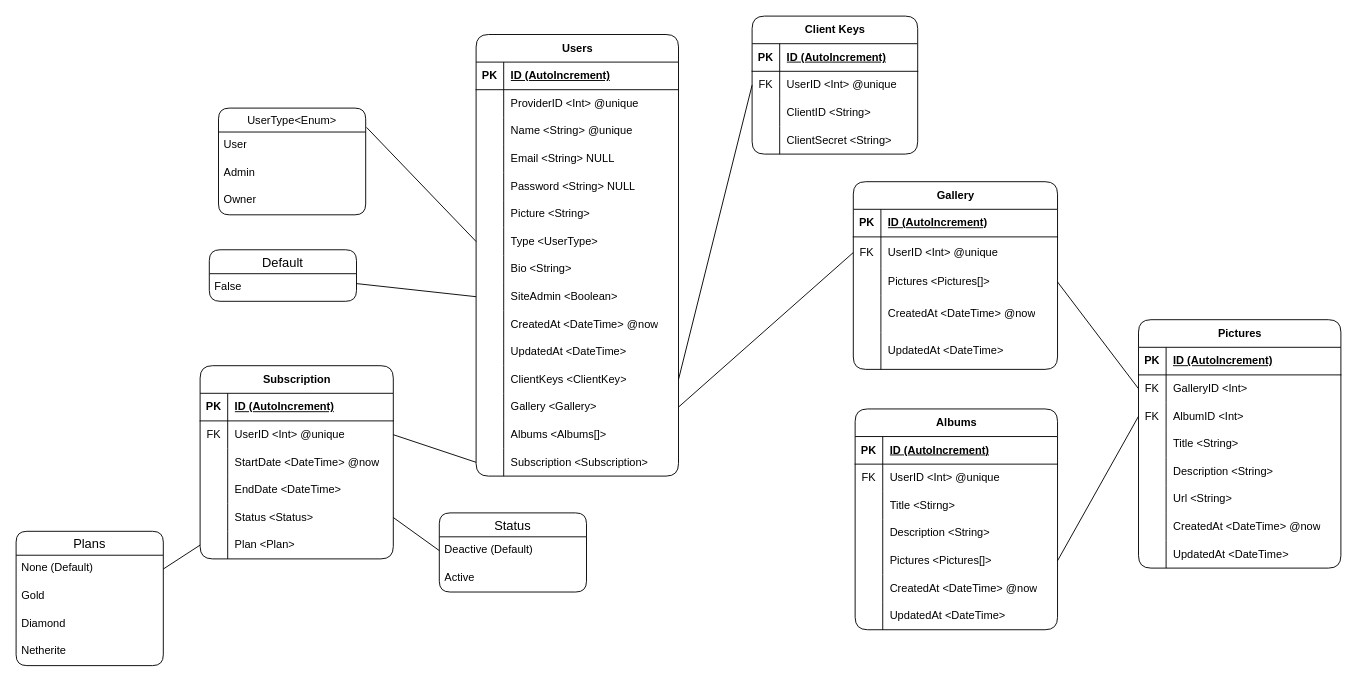
Novanaa/Pixelarium keeps this draw.io diagram as project/models/Pixelarium.drawio. Above is the earlier version. Source tidied: cells renumbered, new cells numbered last; positions are measured from the earlier drawing's top-left corner, leaving out a move shared by most shapes. Both pictures are drawn from the tidied source at 92%, with x=0, y=0 at pixel (16, 16).
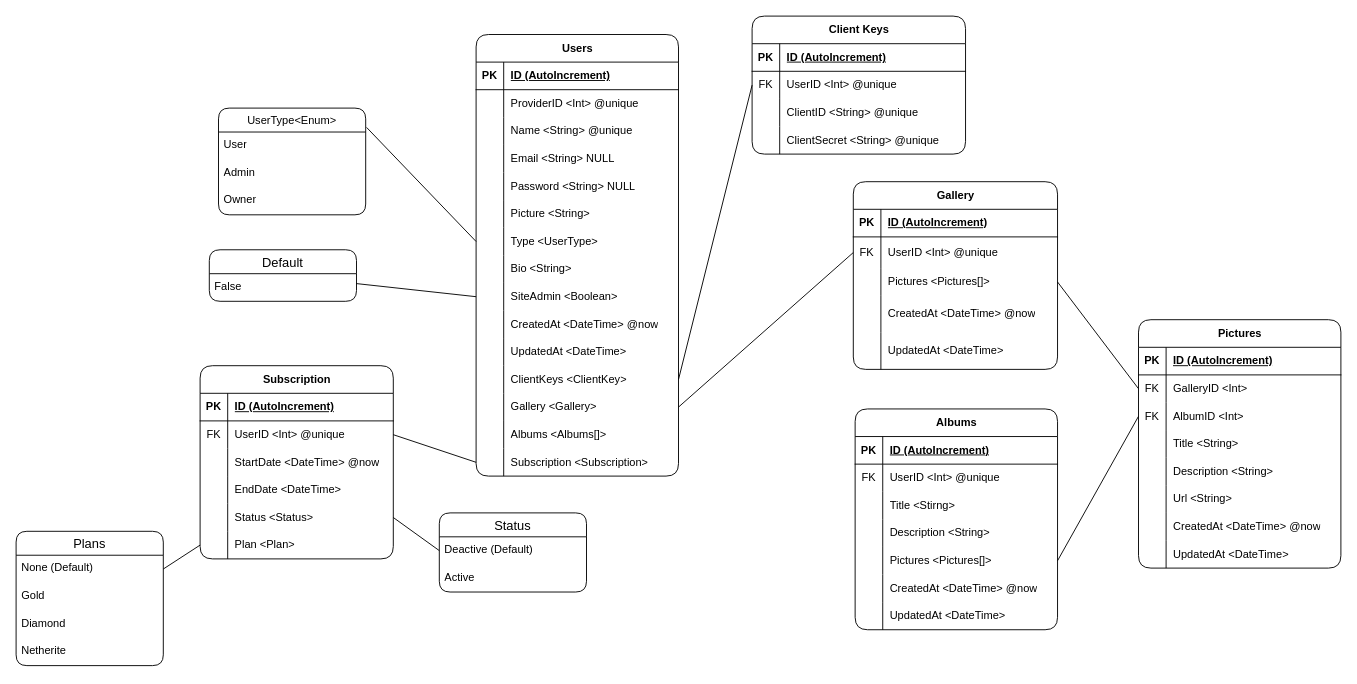
Above is the later version.

Commit message:
Added @unique Attribute to client_id and client_secret field

What changed in the source:
```diff
@@
     <mxCell id="56" value="Client Keys" style="shape=table;startSize=30;childLayout=tableLayout;rowLines=0;fontStyle=1;align=center;html=1;rounded=1;" parent="1" vertex="1">
-      <mxGeometry x="800" width="180" height="150" as="geometry" />
+      <mxGeometry x="800" width="232" height="150" as="geometry" />
     </mxCell>
     <mxCell id="57" style="shape=tableRow;horizontal=0;startSize=0;swimlaneHead=0;swimlaneBody=0;fillColor=none;top=0;left=0;right=0;bottom=1;" parent="56" vertex="1">
-      <mxGeometry y="30" width="180" height="30" as="geometry" />
+      <mxGeometry y="30" width="232" height="30" as="geometry" />
     </mxCell>
@@
     <mxCell id="59" value="ID (AutoIncrement)" style="shape=partialRectangle;fillColor=none;top=0;left=0;bottom=0;right=0;align=left;spacingLeft=6;fontStyle=5;overflow=hidden;whiteSpace=wrap;html=1;" parent="57" vertex="1">
-      <mxGeometry x="30" width="150" height="30" as="geometry" />
+      <mxGeometry x="30" width="202" height="30" as="geometry" />
     </mxCell>
     <mxCell id="60" style="shape=tableRow;horizontal=0;startSize=0;swimlaneHead=0;swimlaneBody=0;fillColor=none;points=[[0,0.5],[1,0.5]];portConstraint=eastwest;top=0;left=0;right=0;bottom=0;" parent="56" vertex="1">
-      <mxGeometry y="60" width="180" height="30" as="geometry" />
+      <mxGeometry y="60" width="232" height="30" as="geometry" />
     </mxCell>
@@
     <mxCell id="62" value="UserID &amp;lt;Int&amp;gt; @unique" style="shape=partialRectangle;fillColor=none;top=0;left=0;bottom=0;right=0;align=left;spacingLeft=6;overflow=hidden;whiteSpace=wrap;html=1;" parent="60" vertex="1">
-      <mxGeometry x="30" width="150" height="30" as="geometry" />
+      <mxGeometry x="30" width="202" height="30" as="geometry" />
     </mxCell>
     <mxCell id="63" style="shape=tableRow;horizontal=0;startSize=0;swimlaneHead=0;swimlaneBody=0;fillColor=none;top=0;left=0;right=0;bottom=0;" parent="56" vertex="1">
-      <mxGeometry y="90" width="180" height="30" as="geometry" />
+      <mxGeometry y="90" width="232" height="30" as="geometry" />
     </mxCell>
@@
-    <mxCell id="65" value="ClientID &amp;lt;String&amp;gt;&lt;span style=&quot;white-space: pre;&quot;&gt;&#9;&lt;/span&gt;" style="shape=partialRectangle;fillColor=none;top=0;left=0;bottom=0;right=0;align=left;spacingLeft=6;overflow=hidden;whiteSpace=wrap;html=1;" parent="63" vertex="1">
-      <mxGeometry x="30" width="150" height="30" as="geometry" />
+    <mxCell id="65" value="ClientID &amp;lt;String&amp;gt; @unique" style="shape=partialRectangle;fillColor=none;top=0;left=0;bottom=0;right=0;align=left;spacingLeft=6;overflow=hidden;whiteSpace=wrap;html=1;" parent="63" vertex="1">
+      <mxGeometry x="30" width="202" height="30" as="geometry" />
     </mxCell>
     <mxCell id="66" style="shape=tableRow;horizontal=0;startSize=0;swimlaneHead=0;swimlaneBody=0;fillColor=none;top=0;left=0;right=0;bottom=0;" parent="56" vertex="1">
-      <mxGeometry y="120" width="180" height="30" as="geometry" />
+      <mxGeometry y="120" width="232" height="30" as="geometry" />
     </mxCell>
@@
-    <mxCell id="68" value="ClientSecret &amp;lt;String&amp;gt;" style="shape=partialRectangle;fillColor=none;top=0;left=0;bottom=0;right=0;align=left;spacingLeft=6;overflow=hidden;whiteSpace=wrap;html=1;" parent="66" vertex="1">
-      <mxGeometry x="30" width="150" height="30" as="geometry" />
+    <mxCell id="68" value="ClientSecret &amp;lt;String&amp;gt; @unique" style="shape=partialRectangle;fillColor=none;top=0;left=0;bottom=0;right=0;align=left;spacingLeft=6;overflow=hidden;whiteSpace=wrap;html=1;" parent="66" vertex="1">
+      <mxGeometry x="30" width="202" height="30" as="geometry" />
     </mxCell>
```
